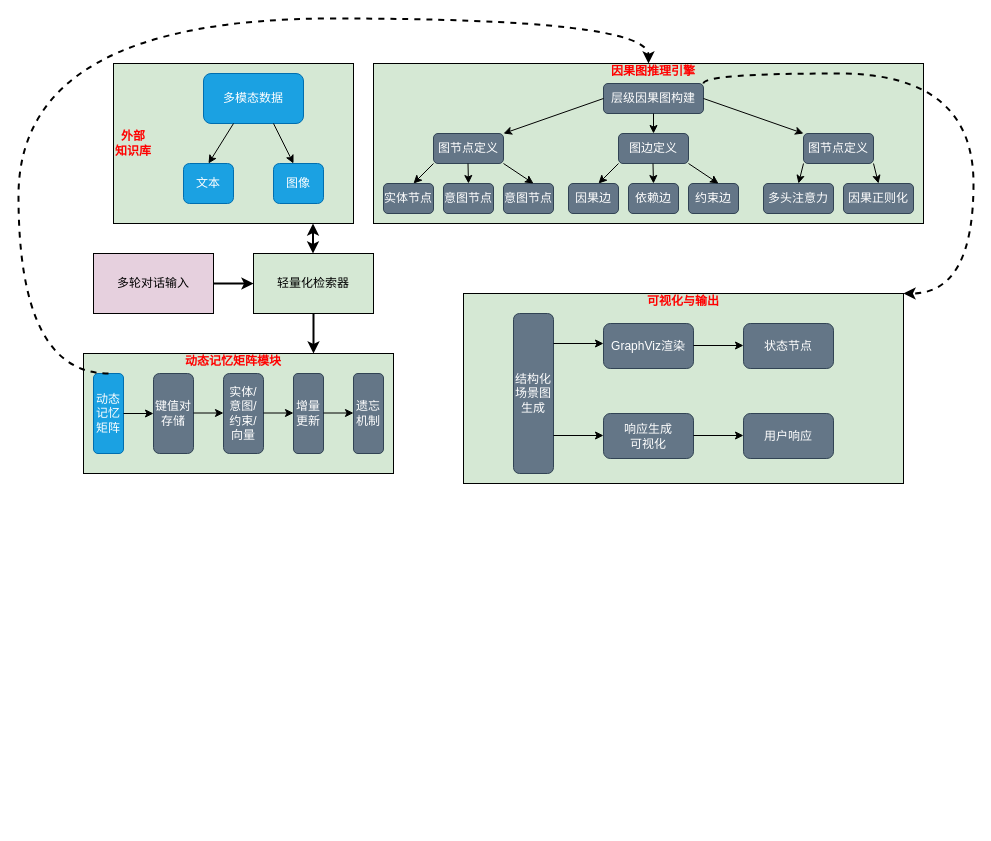
The draw.io diagram 未命名绘图.drawio in enfantsRichesDeprimes/Mobile-Software-Development-Experiment-1, before the edit. Source tidied: cells renumbered, new cells numbered last; positions are measured from the earlier drawing's top-left corner, leaving out a move shared by most shapes. Both pictures are drawn from the tidied source at 100%, with x=0, y=0 at pixel (18, 18).
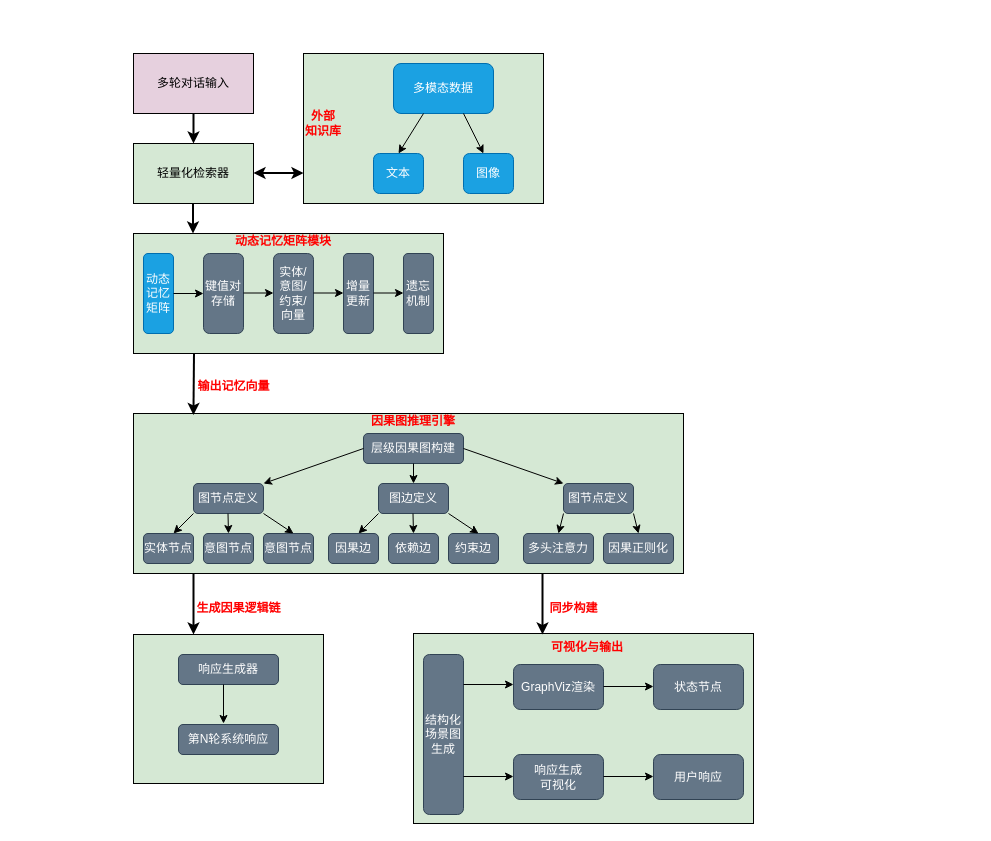
After the change.

Commit message:
更新未命名绘图.drawio

Change to the diagram source:
```diff
@@
     <mxCell id="2" value="多轮对话输入" style="rounded=0;whiteSpace=wrap;html=1;fillColor=#E6D0DE;" parent="1" vertex="1">
-      <mxGeometry x="75" y="235" width="120" height="60" as="geometry" />
+      <mxGeometry x="115" y="35" width="120" height="60" as="geometry" />
     </mxCell>
-    <mxCell id="3" style="endArrow=classic;html=1;rounded=0;strokeWidth=2;entryX=0;entryY=0.5;entryDx=0;entryDy=0;exitX=1;exitY=0.5;exitDx=0;exitDy=0;" parent="1" edge="1" source="2" target="4">
+    <mxCell id="3" style="endArrow=classic;html=1;rounded=0;strokeWidth=2;entryX=0.5;entryY=0;entryDx=0;entryDy=0;exitX=0.5;exitY=1;exitDx=0;exitDy=0;" parent="1" edge="1" source="2" target="4">
       <mxGeometry relative="1" as="geometry" />
     </mxCell>
     <mxCell id="4" value="轻量化检索器" style="rounded=0;whiteSpace=wrap;html=1;fillColor=#D5E8D4;" parent="1" vertex="1">
-      <mxGeometry x="235" y="235" width="120" height="60" as="geometry" />
+      <mxGeometry x="115" y="125" width="120" height="60" as="geometry" />
     </mxCell>
     <mxCell id="5" style="rounded=0;whiteSpace=wrap;html=1;fillColor=#D5E8D4;" parent="1" vertex="1">
-      <mxGeometry x="95" y="45" width="240" height="160" as="geometry" />
+      <mxGeometry x="285" y="35" width="240" height="150" as="geometry" />
     </mxCell>
     <mxCell id="6" value="&lt;font style=&quot;color: rgb(255, 0, 0);&quot;&gt;&lt;b&gt;外部&lt;/b&gt;&lt;/font&gt;&lt;div&gt;&lt;font style=&quot;color: rgb(255, 0, 0);&quot;&gt;&lt;b&gt;知识库&lt;/b&gt;&lt;/font&gt;&lt;/div&gt;" style="text;strokeColor=none;align=center;fillColor=none;html=1;verticalAlign=middle;whiteSpace=wrap;rounded=0;" parent="1" vertex="1">
-      <mxGeometry x="95" y="95" width="40" height="60" as="geometry" />
+      <mxGeometry x="285" y="75" width="40" height="60" as="geometry" />
     </mxCell>
     <mxCell id="7" value="多模态数据" style="rounded=1;whiteSpace=wrap;html=1;fillColor=#1ba1e2;fontColor=#ffffff;strokeColor=#006EAF;" parent="1" vertex="1">
-      <mxGeometry x="185" y="55" width="100" height="50" as="geometry" />
+      <mxGeometry x="375" y="45" width="100" height="50" as="geometry" />
     </mxCell>
     <mxCell id="8" style="endArrow=classic;html=1;rounded=0;" parent="1" edge="1">
       <mxGeometry relative="1" as="geometry">
-        <mxPoint x="255" y="105" as="sourcePoint" />
-        <mxPoint x="275" y="145" as="targetPoint" />
+        <mxPoint x="445" y="95" as="sourcePoint" />
+        <mxPoint x="465" y="135" as="targetPoint" />
       </mxGeometry>
     </mxCell>
     <mxCell id="9" value="图像" style="rounded=1;whiteSpace=wrap;html=1;fillColor=#1ba1e2;fontColor=#ffffff;strokeColor=#006EAF;" parent="1" vertex="1">
-      <mxGeometry x="255" y="145" width="50" height="40" as="geometry" />
+      <mxGeometry x="445" y="135" width="50" height="40" as="geometry" />
     </mxCell>
     <mxCell id="10" value="文本" style="rounded=1;whiteSpace=wrap;html=1;fillColor=#1ba1e2;fontColor=#ffffff;strokeColor=#006EAF;" parent="1" vertex="1">
-      <mxGeometry x="165" y="145" width="50" height="40" as="geometry" />
+      <mxGeometry x="355" y="135" width="50" height="40" as="geometry" />
     </mxCell>
     <mxCell id="11" style="endArrow=classic;html=1;rounded=0;entryX=0.5;entryY=0;entryDx=0;entryDy=0;" parent="1" edge="1" target="10">
       <mxGeometry relative="1" as="geometry">
-        <mxPoint x="215" y="105" as="sourcePoint" />
+        <mxPoint x="405" y="95" as="sourcePoint" />
       </mxGeometry>
     </mxCell>
-    <mxCell id="12" style="endArrow=classic;html=1;rounded=0;strokeWidth=2;exitX=1;exitY=0.5;exitDx=0;exitDy=0;" parent="1" edge="1">
-      <mxGeometry relative="1" as="geometry">
-        <mxPoint x="295" y="295" as="sourcePoint" />
-        <mxPoint x="295" y="335" as="targetPoint" />
-      </mxGeometry>
-    </mxCell>
     <mxCell id="13" style="rounded=0;whiteSpace=wrap;html=1;fillColor=#D5E8D4;" parent="1" vertex="1">
-      <mxGeometry x="65" y="335" width="310" height="120" as="geometry" />
+      <mxGeometry x="115" y="215" width="310" height="120" as="geometry" />
     </mxCell>
     <mxCell id="14" value="动态记忆矩阵" style="rounded=1;whiteSpace=wrap;html=1;fillColor=#1ba1e2;fontColor=#ffffff;strokeColor=#006EAF;" parent="1" vertex="1">
-      <mxGeometry x="75" y="355" width="30" height="80" as="geometry" />
+      <mxGeometry x="125" y="235" width="30" height="80" as="geometry" />
     </mxCell>
     <mxCell id="15" style="endArrow=classic;html=1;rounded=0;" parent="1" edge="1">
       <mxGeometry relative="1" as="geometry">
-        <mxPoint x="105" y="395" as="sourcePoint" />
-        <mxPoint x="135" y="395" as="targetPoint" />
+        <mxPoint x="155" y="275" as="sourcePoint" />
+        <mxPoint x="185" y="275" as="targetPoint" />
       </mxGeometry>
     </mxCell>
     <mxCell id="16" value="&lt;font color=&quot;#ff0000&quot;&gt;&lt;b&gt;动态记忆矩阵模块&lt;/b&gt;&lt;/font&gt;" style="text;strokeColor=none;align=center;fillColor=none;html=1;verticalAlign=middle;whiteSpace=wrap;rounded=0;" parent="1" vertex="1">
-      <mxGeometry x="165" y="335" width="100" height="15" as="geometry" />
+      <mxGeometry x="215" y="215" width="100" height="15" as="geometry" />
     </mxCell>
     <mxCell id="17" value="键值对存储" style="rounded=1;whiteSpace=wrap;html=1;fillColor=#647687;fontColor=#ffffff;strokeColor=#314354;" parent="1" vertex="1">
-      <mxGeometry x="135" y="355" width="40" height="80" as="geometry" />
+      <mxGeometry x="185" y="235" width="40" height="80" as="geometry" />
     </mxCell>
     <mxCell id="18" value="实体/意图/约束/向量" style="rounded=1;whiteSpace=wrap;html=1;fillColor=#647687;fontColor=#ffffff;strokeColor=#314354;" parent="1" vertex="1">
-      <mxGeometry x="205" y="355" width="40" height="80" as="geometry" />
+      <mxGeometry x="255" y="235" width="40" height="80" as="geometry" />
     </mxCell>
     <mxCell id="19" style="endArrow=classic;html=1;rounded=0;" parent="1" edge="1">
       <mxGeometry relative="1" as="geometry">
-        <mxPoint x="175" y="394.5" as="sourcePoint" />
-        <mxPoint x="205" y="394.5" as="targetPoint" />
+        <mxPoint x="225" y="274.5" as="sourcePoint" />
+        <mxPoint x="255" y="274.5" as="targetPoint" />
       </mxGeometry>
     </mxCell>
     <mxCell id="20" style="endArrow=classic;html=1;rounded=0;" parent="1" edge="1">
       <mxGeometry relative="1" as="geometry">
-        <mxPoint x="245" y="394.5" as="sourcePoint" />
-        <mxPoint x="275" y="394.5" as="targetPoint" />
+        <mxPoint x="295" y="274.5" as="sourcePoint" />
+        <mxPoint x="325" y="274.5" as="targetPoint" />
       </mxGeometry>
     </mxCell>
     <mxCell id="21" value="增量更新" style="rounded=1;whiteSpace=wrap;html=1;fillColor=#647687;fontColor=#ffffff;strokeColor=#314354;" parent="1" vertex="1">
-      <mxGeometry x="275" y="355" width="30" height="80" as="geometry" />
+      <mxGeometry x="325" y="235" width="30" height="80" as="geometry" />
     </mxCell>
     <mxCell id="22" style="endArrow=classic;html=1;rounded=0;" parent="1" edge="1">
       <mxGeometry relative="1" as="geometry">
-        <mxPoint x="305" y="394.5" as="sourcePoint" />
-        <mxPoint x="335" y="394.5" as="targetPoint" />
+        <mxPoint x="355" y="274.5" as="sourcePoint" />
+        <mxPoint x="385" y="274.5" as="targetPoint" />
       </mxGeometry>
     </mxCell>
     <mxCell id="23" value="遗忘机制" style="rounded=1;whiteSpace=wrap;html=1;fillColor=#647687;fontColor=#ffffff;strokeColor=#314354;" parent="1" vertex="1">
-      <mxGeometry x="335" y="355" width="30" height="80" as="geometry" />
+      <mxGeometry x="385" y="235" width="30" height="80" as="geometry" />
     </mxCell>
     <mxCell id="24" style="rounded=0;whiteSpace=wrap;html=1;fillColor=#D5E8D4;" parent="1" vertex="1">
-      <mxGeometry x="355" y="45" width="550" height="160" as="geometry" />
+      <mxGeometry x="115" y="395" width="550" height="160" as="geometry" />
     </mxCell>
     <mxCell id="25" value="层级因果图构建" style="rounded=1;whiteSpace=wrap;html=1;fillColor=#647687;fontColor=#ffffff;strokeColor=#314354;" parent="1" vertex="1">
-      <mxGeometry x="585" y="65" width="100" height="30" as="geometry" />
+      <mxGeometry x="345" y="415" width="100" height="30" as="geometry" />
     </mxCell>
     <mxCell id="26" value="&lt;font color=&quot;#ff0000&quot;&gt;&lt;b&gt;因果图推理引擎&lt;/b&gt;&lt;/font&gt;" style="text;strokeColor=none;align=center;fillColor=none;html=1;verticalAlign=middle;whiteSpace=wrap;rounded=0;" parent="1" vertex="1">
-      <mxGeometry x="585" y="45" width="100" height="15" as="geometry" />
+      <mxGeometry x="345" y="395" width="100" height="15" as="geometry" />
     </mxCell>
@@
-    <mxCell id="28" style="endArrow=classic;startArrow=classic;html=1;rounded=0;strokeWidth=2;" parent="1" edge="1">
+    <mxCell id="28" style="endArrow=classic;startArrow=classic;html=1;rounded=0;strokeWidth=2;entryX=1;entryY=0.5;entryDx=0;entryDy=0;" parent="1" edge="1">
       <mxGeometry relative="1" as="geometry">
-        <mxPoint x="294.5" y="235" as="sourcePoint" />
-        <mxPoint x="294.5" y="205" as="targetPoint" />
+        <mxPoint x="285" y="154.5" as="sourcePoint" />
+        <mxPoint x="235" y="154.5" as="targetPoint" />
       </mxGeometry>
     </mxCell>
     <mxCell id="29" value="图节点定义" style="rounded=1;whiteSpace=wrap;html=1;fillColor=#647687;fontColor=#ffffff;strokeColor=#314354;" parent="1" vertex="1">
-      <mxGeometry x="415" y="115" width="70" height="30" as="geometry" />
+      <mxGeometry x="175" y="465" width="70" height="30" as="geometry" />
     </mxCell>
     <mxCell id="30" style="endArrow=classic;html=1;rounded=0;" parent="1" edge="1">
       <mxGeometry relative="1" as="geometry">
-        <mxPoint x="415" y="145" as="sourcePoint" />
-        <mxPoint x="395" y="165" as="targetPoint" />
+        <mxPoint x="175" y="495" as="sourcePoint" />
+        <mxPoint x="155" y="515" as="targetPoint" />
       </mxGeometry>
     </mxCell>
     <mxCell id="31" value="实体节点" style="rounded=1;whiteSpace=wrap;html=1;fillColor=#647687;fontColor=#ffffff;strokeColor=#314354;" parent="1" vertex="1">
-      <mxGeometry x="365" y="165" width="50" height="30" as="geometry" />
+      <mxGeometry x="125" y="515" width="50" height="30" as="geometry" />
     </mxCell>
     <mxCell id="32" value="意图节点" style="rounded=1;whiteSpace=wrap;html=1;fillColor=#647687;fontColor=#ffffff;strokeColor=#314354;" parent="1" vertex="1">
-      <mxGeometry x="425" y="165" width="50" height="30" as="geometry" />
+      <mxGeometry x="185" y="515" width="50" height="30" as="geometry" />
     </mxCell>
     <mxCell id="33" style="endArrow=classic;html=1;rounded=0;" parent="1" edge="1">
       <mxGeometry relative="1" as="geometry">
-        <mxPoint x="449.5" y="145" as="sourcePoint" />
-        <mxPoint x="450" y="165" as="targetPoint" />
+        <mxPoint x="209.5" y="495" as="sourcePoint" />
+        <mxPoint x="210" y="515" as="targetPoint" />
       </mxGeometry>
     </mxCell>
     <mxCell id="34" value="意图节点" style="rounded=1;whiteSpace=wrap;html=1;fillColor=#647687;fontColor=#ffffff;strokeColor=#314354;" parent="1" vertex="1">
-      <mxGeometry x="485" y="165" width="50" height="30" as="geometry" />
+      <mxGeometry x="245" y="515" width="50" height="30" as="geometry" />
     </mxCell>
     <mxCell id="35" style="endArrow=classic;html=1;rounded=0;" parent="1" edge="1">
       <mxGeometry relative="1" as="geometry">
-        <mxPoint x="485" y="145" as="sourcePoint" />
-        <mxPoint x="515" y="165" as="targetPoint" />
+        <mxPoint x="245" y="495" as="sourcePoint" />
+        <mxPoint x="275" y="515" as="targetPoint" />
       </mxGeometry>
     </mxCell>
     <mxCell id="36" style="endArrow=classic;html=1;rounded=0;" parent="1" edge="1">
       <mxGeometry relative="1" as="geometry">
-        <mxPoint x="635" y="95" as="sourcePoint" />
-        <mxPoint x="635" y="115" as="targetPoint" />
+        <mxPoint x="395" y="445" as="sourcePoint" />
+        <mxPoint x="395" y="465" as="targetPoint" />
       </mxGeometry>
     </mxCell>
     <mxCell id="37" value="图边定义" style="rounded=1;whiteSpace=wrap;html=1;fillColor=#647687;fontColor=#ffffff;strokeColor=#314354;" parent="1" vertex="1">
-      <mxGeometry x="600" y="115" width="70" height="30" as="geometry" />
+      <mxGeometry x="360" y="465" width="70" height="30" as="geometry" />
     </mxCell>
     <mxCell id="38" style="endArrow=classic;html=1;rounded=0;" parent="1" edge="1">
       <mxGeometry relative="1" as="geometry">
-        <mxPoint x="600" y="145" as="sourcePoint" />
-        <mxPoint x="580" y="165" as="targetPoint" />
+        <mxPoint x="360" y="495" as="sourcePoint" />
+        <mxPoint x="340" y="515" as="targetPoint" />
       </mxGeometry>
     </mxCell>
     <mxCell id="39" value="因果边" style="rounded=1;whiteSpace=wrap;html=1;fillColor=#647687;fontColor=#ffffff;strokeColor=#314354;" parent="1" vertex="1">
-      <mxGeometry x="550" y="165" width="50" height="30" as="geometry" />
+      <mxGeometry x="310" y="515" width="50" height="30" as="geometry" />
     </mxCell>
     <mxCell id="40" value="依赖边" style="rounded=1;whiteSpace=wrap;html=1;fillColor=#647687;fontColor=#ffffff;strokeColor=#314354;" parent="1" vertex="1">
-      <mxGeometry x="610" y="165" width="50" height="30" as="geometry" />
+      <mxGeometry x="370" y="515" width="50" height="30" as="geometry" />
     </mxCell>
     <mxCell id="41" style="endArrow=classic;html=1;rounded=0;" parent="1" edge="1">
       <mxGeometry relative="1" as="geometry">
-        <mxPoint x="634.5" y="145" as="sourcePoint" />
-        <mxPoint x="635" y="165" as="targetPoint" />
+        <mxPoint x="394.5" y="495" as="sourcePoint" />
+        <mxPoint x="395" y="515" as="targetPoint" />
       </mxGeometry>
     </mxCell>
     <mxCell id="42" value="约束边" style="rounded=1;whiteSpace=wrap;html=1;fillColor=#647687;fontColor=#ffffff;strokeColor=#314354;" parent="1" vertex="1">
-      <mxGeometry x="670" y="165" width="50" height="30" as="geometry" />
+      <mxGeometry x="430" y="515" width="50" height="30" as="geometry" />
     </mxCell>
     <mxCell id="43" style="endArrow=classic;html=1;rounded=0;" parent="1" edge="1">
       <mxGeometry relative="1" as="geometry">
-        <mxPoint x="670" y="145" as="sourcePoint" />
-        <mxPoint x="700" y="165" as="targetPoint" />
+        <mxPoint x="430" y="495" as="sourcePoint" />
+        <mxPoint x="460" y="515" as="targetPoint" />
       </mxGeometry>
     </mxCell>
     <mxCell id="44" value="图节点定义" style="rounded=1;whiteSpace=wrap;html=1;fillColor=#647687;fontColor=#ffffff;strokeColor=#314354;" parent="1" vertex="1">
-      <mxGeometry x="785" y="115" width="70" height="30" as="geometry" />
+      <mxGeometry x="545" y="465" width="70" height="30" as="geometry" />
     </mxCell>
@@
     <mxCell id="46" value="多头注意力" style="rounded=1;whiteSpace=wrap;html=1;fillColor=#647687;fontColor=#ffffff;strokeColor=#314354;" parent="1" vertex="1">
-      <mxGeometry x="745" y="165" width="70" height="30" as="geometry" />
+      <mxGeometry x="505" y="515" width="70" height="30" as="geometry" />
     </mxCell>
     <mxCell id="47" value="因果正则化" style="rounded=1;whiteSpace=wrap;html=1;fillColor=#647687;fontColor=#ffffff;strokeColor=#314354;" parent="1" vertex="1">
-      <mxGeometry x="825" y="165" width="70" height="30" as="geometry" />
+      <mxGeometry x="585" y="515" width="70" height="30" as="geometry" />
     </mxCell>
@@
-    <mxCell id="50" style="endArrow=classic;html=1;rounded=0;edgeStyle=orthogonalEdgeStyle;curved=1;exitX=0.5;exitY=0;exitDx=0;exitDy=0;entryX=0.5;entryY=0;entryDx=0;entryDy=0;strokeWidth=2;dashed=1;" parent="1" edge="1" source="14" target="24">
-      <mxGeometry relative="1" as="geometry">
-        <Array as="points">
-          <mxPoint y="355" />
-          <mxPoint />
-          <mxPoint x="630" />
-        </Array>
-      </mxGeometry>
-    </mxCell>
-    <mxCell id="51" style="endArrow=classic;html=1;rounded=0;edgeStyle=orthogonalEdgeStyle;curved=1;dashed=1;strokeWidth=2;exitX=1;exitY=0;exitDx=0;exitDy=0;entryX=1;entryY=0;entryDx=0;entryDy=0;" parent="1" edge="1" source="25" target="52">
-      <mxGeometry relative="1" as="geometry">
-        <Array as="points">
-          <mxPoint x="685" y="55" />
-          <mxPoint x="955" y="55" />
-          <mxPoint x="955" y="275" />
-        </Array>
-      </mxGeometry>
-    </mxCell>
     <mxCell id="52" style="rounded=0;whiteSpace=wrap;html=1;fillColor=#D5E8D4;" parent="1" vertex="1">
-      <mxGeometry x="445" y="275" width="440" height="190" as="geometry" />
+      <mxGeometry x="395" y="615" width="340" height="190" as="geometry" />
     </mxCell>
     <mxCell id="53" value="&lt;font color=&quot;#ff0000&quot;&gt;&lt;b&gt;可视化与输出&lt;/b&gt;&lt;/font&gt;" style="text;strokeColor=none;align=center;fillColor=none;html=1;verticalAlign=middle;whiteSpace=wrap;rounded=0;" parent="1" vertex="1">
-      <mxGeometry x="615" y="275" width="100" height="15" as="geometry" />
+      <mxGeometry x="519" y="621" width="100" height="15" as="geometry" />
     </mxCell>
     <mxCell id="54" value="结构化场景图生成" style="rounded=1;whiteSpace=wrap;html=1;fillColor=#647687;fontColor=#ffffff;strokeColor=#314354;" parent="1" vertex="1">
-      <mxGeometry x="495" y="295" width="40" height="160" as="geometry" />
+      <mxGeometry x="405" y="636" width="40" height="160" as="geometry" />
     </mxCell>
     <mxCell id="55" value="GraphViz渲染" style="rounded=1;whiteSpace=wrap;html=1;fillColor=#647687;fontColor=#ffffff;strokeColor=#314354;" parent="1" vertex="1">
-      <mxGeometry x="585" y="305" width="90" height="45" as="geometry" />
+      <mxGeometry x="495" y="646" width="90" height="45" as="geometry" />
     </mxCell>
     <mxCell id="56" value="响应生成&lt;div&gt;可视化&lt;/div&gt;" style="rounded=1;whiteSpace=wrap;html=1;fillColor=#647687;fontColor=#ffffff;strokeColor=#314354;" parent="1" vertex="1">
-      <mxGeometry x="585" y="395" width="90" height="45" as="geometry" />
+      <mxGeometry x="495" y="736" width="90" height="45" as="geometry" />
     </mxCell>
     <mxCell id="57" style="endArrow=classic;html=1;rounded=0;" parent="1" edge="1">
       <mxGeometry relative="1" as="geometry">
-        <mxPoint x="535" y="325" as="sourcePoint" />
-        <mxPoint x="585" y="325" as="targetPoint" />
+        <mxPoint x="445" y="666" as="sourcePoint" />
+        <mxPoint x="495" y="666" as="targetPoint" />
       </mxGeometry>
     </mxCell>
     <mxCell id="58" style="endArrow=classic;html=1;rounded=0;" parent="1" edge="1">
       <mxGeometry relative="1" as="geometry">
-        <mxPoint x="535" y="417" as="sourcePoint" />
-        <mxPoint x="585" y="417" as="targetPoint" />
+        <mxPoint x="445" y="758" as="sourcePoint" />
+        <mxPoint x="495" y="758" as="targetPoint" />
       </mxGeometry>
     </mxCell>
     <mxCell id="59" style="endArrow=classic;html=1;rounded=0;" parent="1" edge="1">
       <mxGeometry relative="1" as="geometry">
-        <mxPoint x="675" y="417" as="sourcePoint" />
-        <mxPoint x="725" y="417" as="targetPoint" />
+        <mxPoint x="585" y="758" as="sourcePoint" />
+        <mxPoint x="635" y="758" as="targetPoint" />
       </mxGeometry>
     </mxCell>
     <mxCell id="60" style="endArrow=classic;html=1;rounded=0;" parent="1" edge="1">
       <mxGeometry relative="1" as="geometry">
-        <mxPoint x="675" y="327" as="sourcePoint" />
-        <mxPoint x="725" y="327" as="targetPoint" />
+        <mxPoint x="585" y="668" as="sourcePoint" />
+        <mxPoint x="635" y="668" as="targetPoint" />
       </mxGeometry>
     </mxCell>
     <mxCell id="61" value="状态节点" style="rounded=1;whiteSpace=wrap;html=1;fillColor=#647687;fontColor=#ffffff;strokeColor=#314354;" parent="1" vertex="1">
-      <mxGeometry x="725" y="305" width="90" height="45" as="geometry" />
+      <mxGeometry x="635" y="646" width="90" height="45" as="geometry" />
     </mxCell>
     <mxCell id="62" value="用户响应" style="rounded=1;whiteSpace=wrap;html=1;fillColor=#647687;fontColor=#ffffff;strokeColor=#314354;" parent="1" vertex="1">
-      <mxGeometry x="725" y="395" width="90" height="45" as="geometry" />
+      <mxGeometry x="635" y="736" width="90" height="45" as="geometry" />
     </mxCell>
+    <mxCell id="63" style="endArrow=classic;html=1;rounded=0;strokeWidth=2;entryX=0.5;entryY=0;entryDx=0;entryDy=0;exitX=0.5;exitY=1;exitDx=0;exitDy=0;" parent="1" edge="1">
+      <mxGeometry relative="1" as="geometry">
+        <mxPoint x="174.5" y="185" as="sourcePoint" />
+        <mxPoint x="174.5" y="215" as="targetPoint" />
+      </mxGeometry>
+    </mxCell>
+    <mxCell id="64" style="endArrow=classic;html=1;rounded=0;strokeWidth=2;entryX=0.109;entryY=0.009;entryDx=0;entryDy=0;exitX=0.5;exitY=1;exitDx=0;exitDy=0;entryPerimeter=0;" parent="1" edge="1" target="24">
+      <mxGeometry relative="1" as="geometry">
+        <mxPoint x="175.5" y="335" as="sourcePoint" />
+      </mxGeometry>
+    </mxCell>
+    <mxCell id="65" value="&lt;font style=&quot;color: rgb(255, 0, 0);&quot;&gt;&lt;b&gt;输出记忆向量&lt;/b&gt;&lt;/font&gt;" style="text;html=1;align=center;verticalAlign=middle;strokeColor=none;fillColor=none;" parent="1" vertex="1">
+      <mxGeometry x="165" y="353" width="100" height="30" as="geometry" />
+    </mxCell>
+    <mxCell id="66" style="endArrow=classic;html=1;rounded=0;strokeWidth=2;entryX=0.109;entryY=0.009;entryDx=0;entryDy=0;entryPerimeter=0;" parent="1" edge="1">
+      <mxGeometry relative="1" as="geometry">
+        <mxPoint x="524" y="555" as="sourcePoint" />
+        <mxPoint x="524" y="616" as="targetPoint" />
+      </mxGeometry>
+    </mxCell>
+    <mxCell id="67" value="&lt;font style=&quot;color: rgb(255, 0, 0);&quot;&gt;&lt;b&gt;同步构建&lt;/b&gt;&lt;/font&gt;" style="text;html=1;align=center;verticalAlign=middle;strokeColor=none;fillColor=none;" parent="1" vertex="1">
+      <mxGeometry x="520" y="575" width="70" height="30" as="geometry" />
+    </mxCell>
+    <mxCell id="68" style="rounded=0;whiteSpace=wrap;html=1;fillColor=#D5E8D4;" parent="1" vertex="1">
+      <mxGeometry x="115" y="616" width="190" height="149" as="geometry" />
+    </mxCell>
+    <mxCell id="69" style="endArrow=classic;html=1;rounded=0;strokeWidth=2;entryX=0.109;entryY=0.009;entryDx=0;entryDy=0;entryPerimeter=0;" parent="1" edge="1">
+      <mxGeometry relative="1" as="geometry">
+        <mxPoint x="175" y="555" as="sourcePoint" />
+        <mxPoint x="175" y="616" as="targetPoint" />
+      </mxGeometry>
+    </mxCell>
+    <mxCell id="70" value="&lt;font style=&quot;color: rgb(255, 0, 0);&quot;&gt;&lt;b&gt;生成因果逻辑链&lt;/b&gt;&lt;/font&gt;" style="text;html=1;align=center;verticalAlign=middle;strokeColor=none;fillColor=none;" parent="1" vertex="1">
+      <mxGeometry x="165" y="575" width="110" height="30" as="geometry" />
+    </mxCell>
+    <mxCell id="71" value="响应生成器" style="rounded=1;whiteSpace=wrap;html=1;fillColor=#647687;fontColor=#ffffff;strokeColor=#314354;" parent="1" vertex="1">
+      <mxGeometry x="160" y="636" width="100" height="30" as="geometry" />
+    </mxCell>
+    <mxCell id="72" value="第N轮系统响应" style="rounded=1;whiteSpace=wrap;html=1;fillColor=#647687;fontColor=#ffffff;strokeColor=#314354;" parent="1" vertex="1">
+      <mxGeometry x="160" y="706" width="100" height="30" as="geometry" />
+    </mxCell>
+    <mxCell id="73" style="endArrow=classic;html=1;rounded=0;" parent="1" edge="1">
+      <mxGeometry relative="1" as="geometry">
+        <mxPoint x="205" y="666" as="sourcePoint" />
+        <mxPoint x="205" y="705" as="targetPoint" />
+      </mxGeometry>
+    </mxCell>
```
